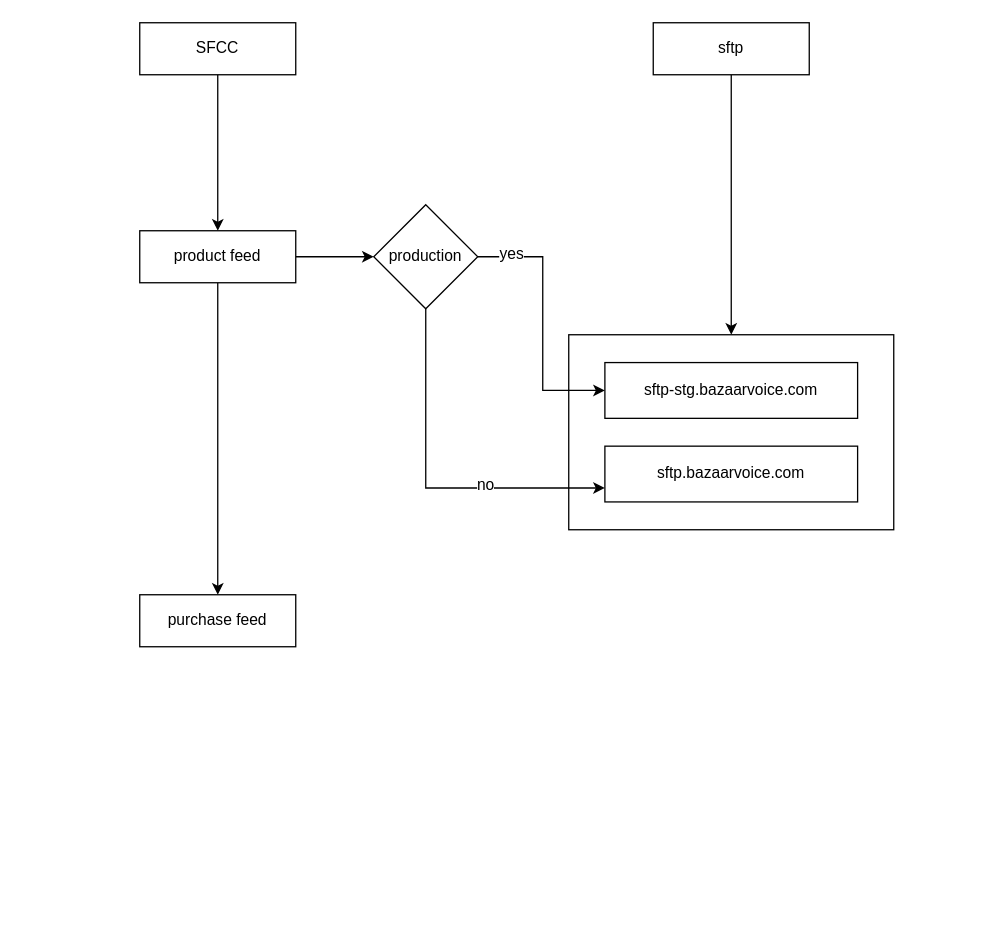
This is page "bazaarvoice" (6 of 6) of Untitled Diagram.drawio from soum/pnd-diagrams, a draw.io file, before an edit. Source tidied: cells renumbered, new cells numbered last; positions are measured from the earlier drawing's top-left corner, leaving out a move shared by most shapes. Both pictures are drawn from the tidied source at 130%, with x=0, y=0 at pixel (139, 22).
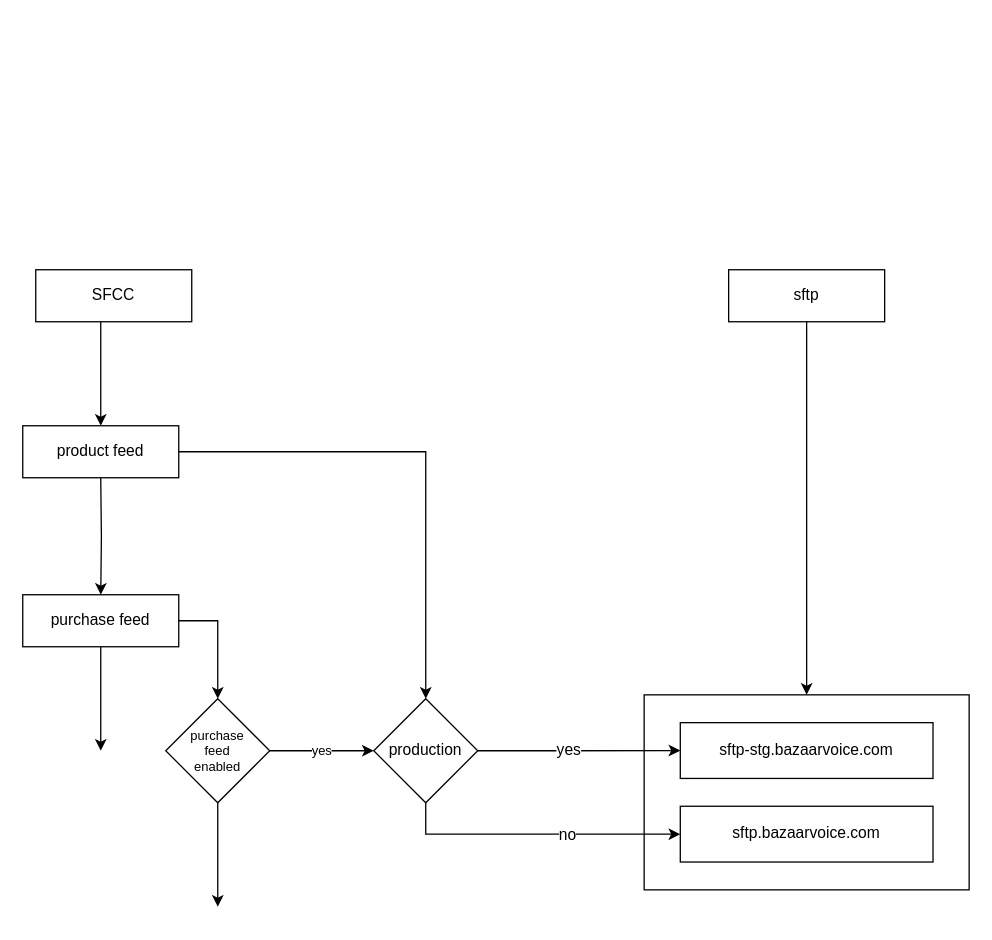
The same page after the edit.

Unchanged cells that the change refers to:
```xml
<mxCell id="12" value="&lt;span&gt;sftp-stg.bazaarvoice.com&lt;/span&gt;" style="rounded=0;whiteSpace=wrap;html=1;" parent="10" vertex="1">
  <mxGeometry x="27.8" y="21.4" width="194.4" height="42.9" as="geometry" />
</mxCell>
<mxCell id="13" value="sftp.bazaarvoice.com" style="rounded=0;whiteSpace=wrap;html=1;" parent="10" vertex="1">
  <mxGeometry x="27.8" y="85.7" width="194.4" height="42.9" as="geometry" />
</mxCell>
```

Change to the diagram source:
```diff
@@
-    <mxCell id="2" style="edgeStyle=orthogonalEdgeStyle;rounded=0;jettySize=auto;html=1;" parent="1" edge="1" source="3" target="6">
-      <mxGeometry relative="1" as="geometry" />
+    <mxCell id="2" style="edgeStyle=orthogonalEdgeStyle;rounded=0;orthogonalLoop=1;jettySize=auto;html=1;" parent="1" edge="1">
+      <mxGeometry relative="1" as="geometry">
+        <mxPoint x="-30" y="230" as="sourcePoint" />
+        <mxPoint x="-30" y="310" as="targetPoint" />
+      </mxGeometry>
     </mxCell>
     <mxCell id="3" value="SFCC" style="rounded=0;whiteSpace=wrap;html=1;" parent="1" vertex="1">
-      <mxGeometry width="120" height="40" as="geometry" />
+      <mxGeometry x="-80" y="190" width="120" height="40" as="geometry" />
     </mxCell>
-    <mxCell id="4" style="edgeStyle=orthogonalEdgeStyle;rounded=0;jettySize=auto;html=1;exitX=1;exitY=0.5;exitDx=0;exitDy=0;entryX=0;entryY=0.5;entryDx=0;entryDy=0;" parent="1" edge="1" source="6" target="18">
+    <mxCell id="4" style="edgeStyle=orthogonalEdgeStyle;rounded=0;jettySize=auto;html=1;exitX=1;exitY=0.5;exitDx=0;exitDy=0;entryX=0.5;entryY=0;entryDx=0;entryDy=0;" parent="1" edge="1" source="6" target="18">
       <mxGeometry relative="1" as="geometry" />
     </mxCell>
-    <mxCell id="5" style="edgeStyle=orthogonalEdgeStyle;rounded=0;jettySize=auto;html=1;" parent="1" edge="1" source="6" target="7">
-      <mxGeometry relative="1" as="geometry" />
+    <mxCell id="5" style="edgeStyle=orthogonalEdgeStyle;rounded=0;jettySize=auto;html=1;" parent="1" edge="1" target="7">
+      <mxGeometry relative="1" as="geometry">
+        <mxPoint x="-30" y="350" as="sourcePoint" />
+      </mxGeometry>
     </mxCell>
     <mxCell id="6" value="product feed" style="rounded=0;whiteSpace=wrap;html=1;" parent="1" vertex="1">
-      <mxGeometry y="160" width="120" height="40" as="geometry" />
+      <mxGeometry x="-90" y="310" width="120" height="40" as="geometry" />
     </mxCell>
+    <mxCell id="19" style="edgeStyle=orthogonalEdgeStyle;rounded=0;jettySize=auto;html=1;" parent="1" edge="1" source="7">
+      <mxGeometry relative="1" as="geometry">
+        <mxPoint x="-30" y="560" as="targetPoint" />
+      </mxGeometry>
+    </mxCell>
+    <mxCell id="20" style="edgeStyle=orthogonalEdgeStyle;rounded=0;jettySize=auto;html=1;exitX=1;exitY=0.5;exitDx=0;exitDy=0;entryX=0.5;entryY=0;entryDx=0;entryDy=0;fontSize=10;" parent="1" edge="1" source="7" target="23">
+      <mxGeometry relative="1" as="geometry" />
+    </mxCell>
     <mxCell id="7" value="purchase feed" style="rounded=0;whiteSpace=wrap;html=1;" parent="1" vertex="1">
-      <mxGeometry y="440" width="120" height="40" as="geometry" />
+      <mxGeometry x="-90" y="440" width="120" height="40" as="geometry" />
     </mxCell>
@@
     <mxCell id="9" value="sftp" style="rounded=0;whiteSpace=wrap;html=1;" parent="1" vertex="1">
-      <mxGeometry x="395" width="120" height="40" as="geometry" />
+      <mxGeometry x="453" y="190" width="120" height="40" as="geometry" />
     </mxCell>
     <mxCell id="10" style="group;" parent="1" vertex="1">
-      <mxGeometry x="330" y="240" width="250" height="150" as="geometry" />
+      <mxGeometry x="388" y="517" width="250" height="150" as="geometry" />
     </mxCell>
@@
     <mxCell id="14" style="edgeStyle=orthogonalEdgeStyle;rounded=0;jettySize=auto;html=1;exitX=1;exitY=0.5;exitDx=0;exitDy=0;entryX=0;entryY=0.5;entryDx=0;entryDy=0;" parent="1" edge="1" source="18" target="12">
       <mxGeometry relative="1" as="geometry">
         <Array as="points">
-          <mxPoint x="310" y="180" />
-          <mxPoint x="310" y="283" />
+          <mxPoint x="320" y="560" />
+          <mxPoint x="320" y="560" />
         </Array>
       </mxGeometry>
     </mxCell>
     <mxCell id="15" value="yes" style="text;html=1;align=center;verticalAlign=middle;labelBackgroundColor=#ffffff;" parent="14" vertex="1">
-      <mxGeometry x="-0.75" y="3" relative="1" as="geometry" />
+      <mxGeometry x="-0.75" y="3" relative="1" as="geometry">
+        <mxPoint x="50" y="2.9" as="offset" />
+      </mxGeometry>
     </mxCell>
-    <mxCell id="16" style="edgeStyle=orthogonalEdgeStyle;rounded=0;jettySize=auto;html=1;entryX=0;entryY=0.75;entryDx=0;entryDy=0;exitX=0.5;exitY=1;exitDx=0;exitDy=0;" parent="1" edge="1" source="18" target="13">
+    <mxCell id="16" style="edgeStyle=orthogonalEdgeStyle;rounded=0;jettySize=auto;html=1;entryX=0;entryY=0.5;entryDx=0;entryDy=0;exitX=0.5;exitY=1;exitDx=0;exitDy=0;" parent="1" edge="1" source="18" target="13">
       <mxGeometry relative="1" as="geometry" />
     </mxCell>
     <mxCell id="17" value="no" style="text;html=1;align=center;verticalAlign=middle;labelBackgroundColor=#ffffff;" parent="16" vertex="1">
-      <mxGeometry x="0.33" y="2" relative="1" as="geometry" />
+      <mxGeometry x="0.33" y="2" relative="1" as="geometry">
+        <mxPoint x="-13" y="2.1" as="offset" />
+      </mxGeometry>
     </mxCell>
     <mxCell id="18" value="production" style="rhombus;whiteSpace=wrap;html=1;" parent="1" vertex="1">
-      <mxGeometry x="180" y="140" width="80" height="80" as="geometry" />
+      <mxGeometry x="180" y="520" width="80" height="80" as="geometry" />
     </mxCell>
+    <mxCell id="21" value="yes" style="edgeStyle=orthogonalEdgeStyle;rounded=0;jettySize=auto;html=1;fontSize=10;entryX=0;entryY=0.5;entryDx=0;entryDy=0;" parent="1" edge="1" source="23" target="18">
+      <mxGeometry relative="1" as="geometry" />
+    </mxCell>
+    <mxCell id="22" style="edgeStyle=orthogonalEdgeStyle;rounded=0;jettySize=auto;html=1;fontSize=10;" parent="1" edge="1" source="23">
+      <mxGeometry relative="1" as="geometry">
+        <mxPoint x="60" y="680" as="targetPoint" />
+      </mxGeometry>
+    </mxCell>
+    <mxCell id="23" value="purchase&lt;br style=&quot;font-size: 10px;&quot;&gt;feed &lt;br style=&quot;font-size: 10px;&quot;&gt;enabled" style="rhombus;whiteSpace=wrap;html=1;fontSize=10;" parent="1" vertex="1">
+      <mxGeometry x="20" y="520" width="80" height="80" as="geometry" />
+    </mxCell>
```
